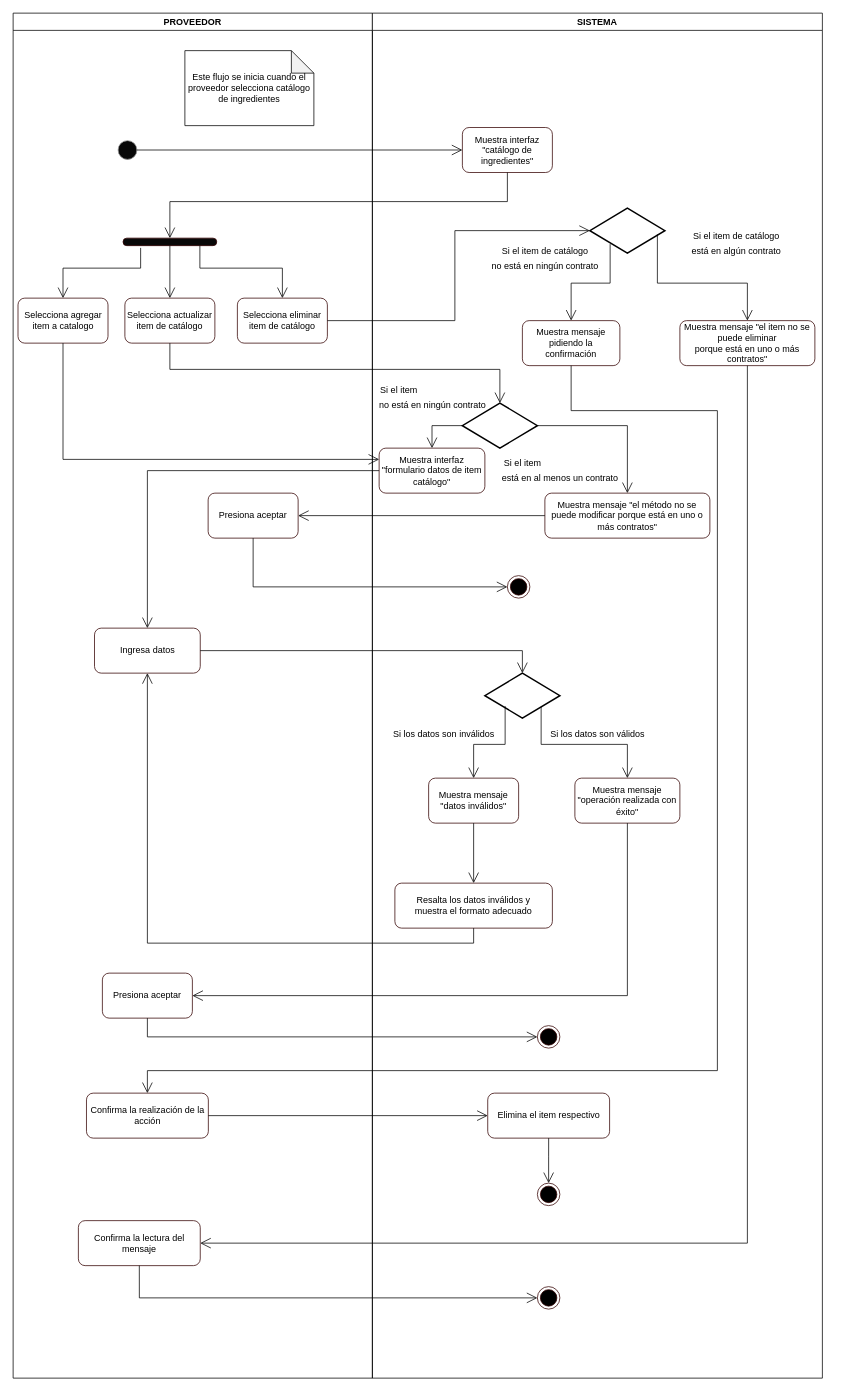
This is Documentos Entrega 1/Diagramas de Actividades/draw/1.3. Gestión de catálogo de proveedor.drawio from rsca7213/SBD1-Perfumeria, a draw.io file, before an edit. Source tidied: cells renumbered, new cells numbered last; positions are measured from the earlier drawing's top-left corner, leaving out a move shared by most shapes. Both pictures are drawn from the tidied source at 75%, with x=0, y=0 at pixel (13, 13).
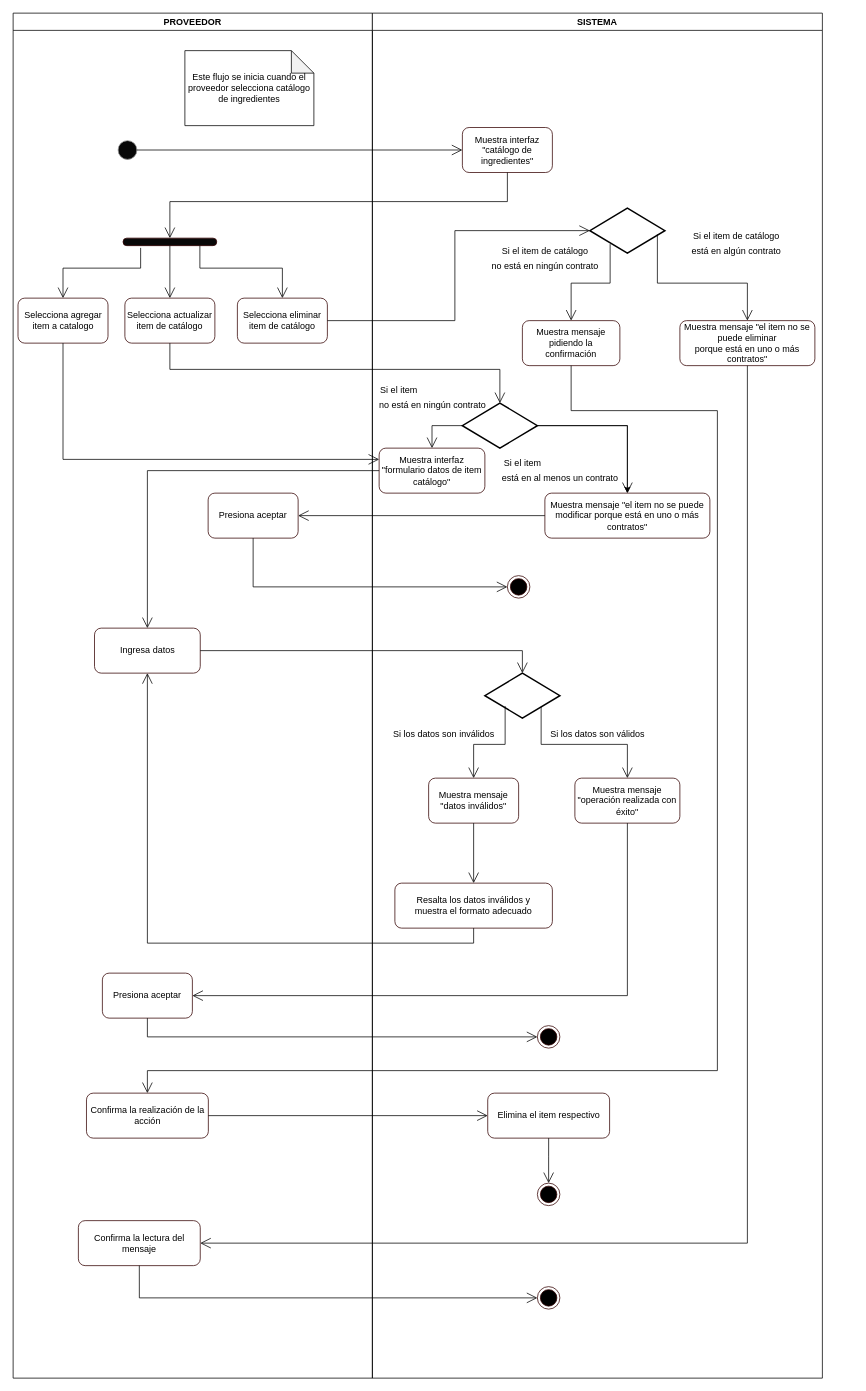
The same diagram, later.

The change refers to these unchanged cells:
```xml
<mxCell id="19" value="SISTEMA" style="swimlane;gradientColor=none;" parent="1" vertex="1">
  <mxGeometry x="479" width="600" height="1820" as="geometry" />
</mxCell>
<mxCell id="48" style="strokeWidth=2;html=1;shape=mxgraph.flowchart.decision;whiteSpace=wrap;fillColor=#FFFFFF;gradientColor=none;" parent="19" vertex="1">
  <mxGeometry x="120" y="520" width="100" height="60" as="geometry" />
</mxCell>
```

The edit, as a diff of the source:
```diff
@@
+    <mxCell id="75" style="edgeStyle=orthogonalEdgeStyle;rounded=0;jettySize=auto;html=1;" parent="19" edge="1" source="48" target="49">
+      <mxGeometry relative="1" as="geometry" />
+    </mxCell>
@@
-    <mxCell id="49" value="Muestra mensaje &quot;el método no se puede modificar porque está en uno o más contratos&quot;" style="rounded=1;whiteSpace=wrap;html=1;strokeColor=#330000;fillColor=#FFFFFF;gradientColor=none;" parent="19" vertex="1">
+    <mxCell id="49" value="Muestra mensaje &quot;el item no se puede modificar porque está en uno o más contratos&quot;" style="rounded=1;whiteSpace=wrap;html=1;strokeColor=#330000;fillColor=#FFFFFF;gradientColor=none;" parent="19" vertex="1">
       <mxGeometry x="230" y="640" width="220" height="60" as="geometry" />
     </mxCell>
```
